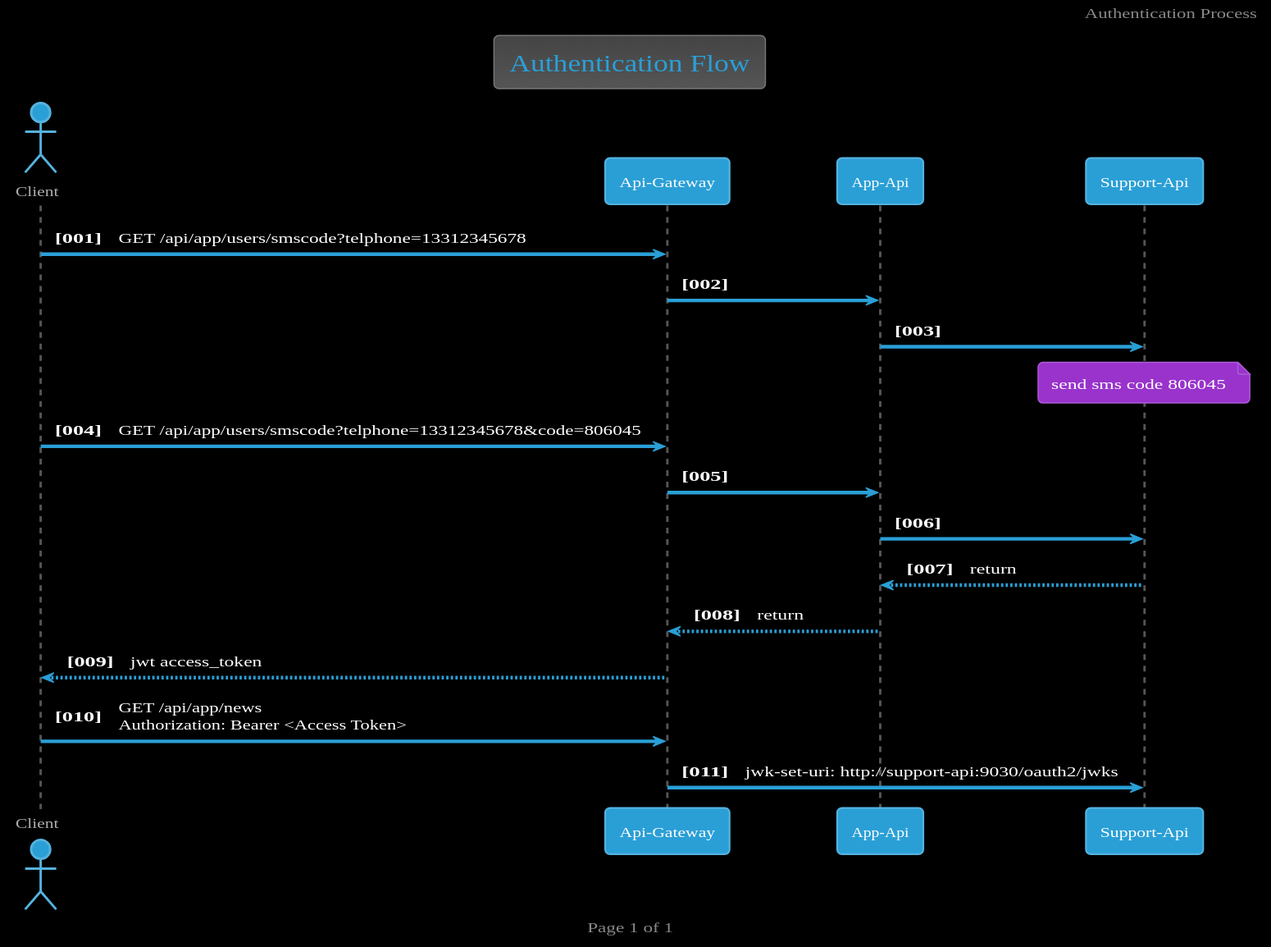
This is authentication_flow.svg from pengliaoye/achilles, a PlantUML export, as it was before one commit.
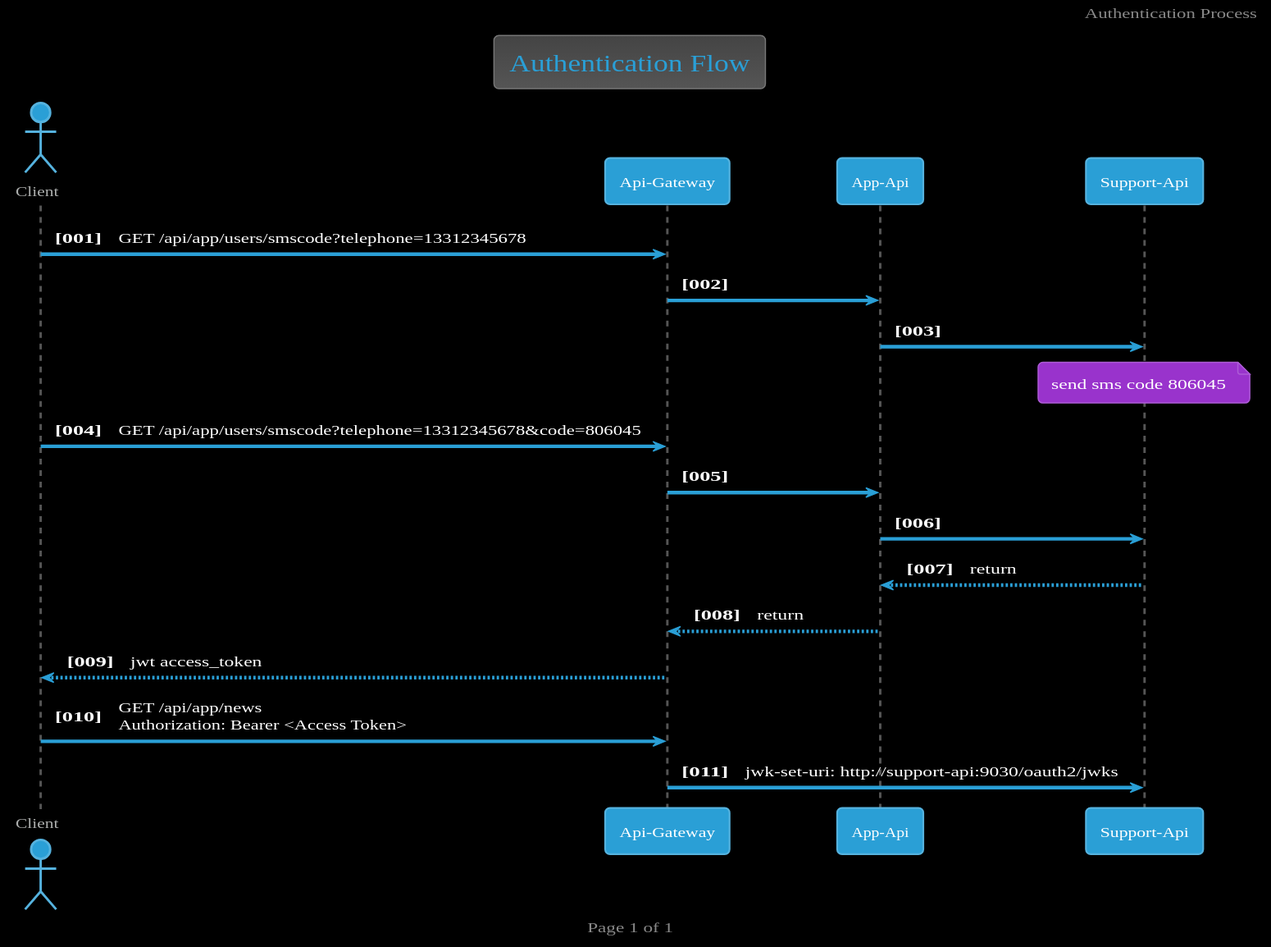
The same file after the commit.

Diff of the diagram source:
```diff
@@ -430,11 +430,11 @@
 participant G as "Api-Gateway"
 participant A as "App-Api"
 participant S as "Support-Api"
-C -> G : GET /api/app/users/smscode?telphone=13312345678
+C -> G : GET /api/app/users/smscode?telephone=13312345678
 G -> A :
 A -> S :
 note over S: send sms code 806045
-C -> G : GET /api/app/users/smscode?telphone=13312345678&code=806045
+C -> G : GET /api/app/users/smscode?telephone=13312345678&code=806045
 G -> A :
 A -> S :
 S --> A -- : return
```
